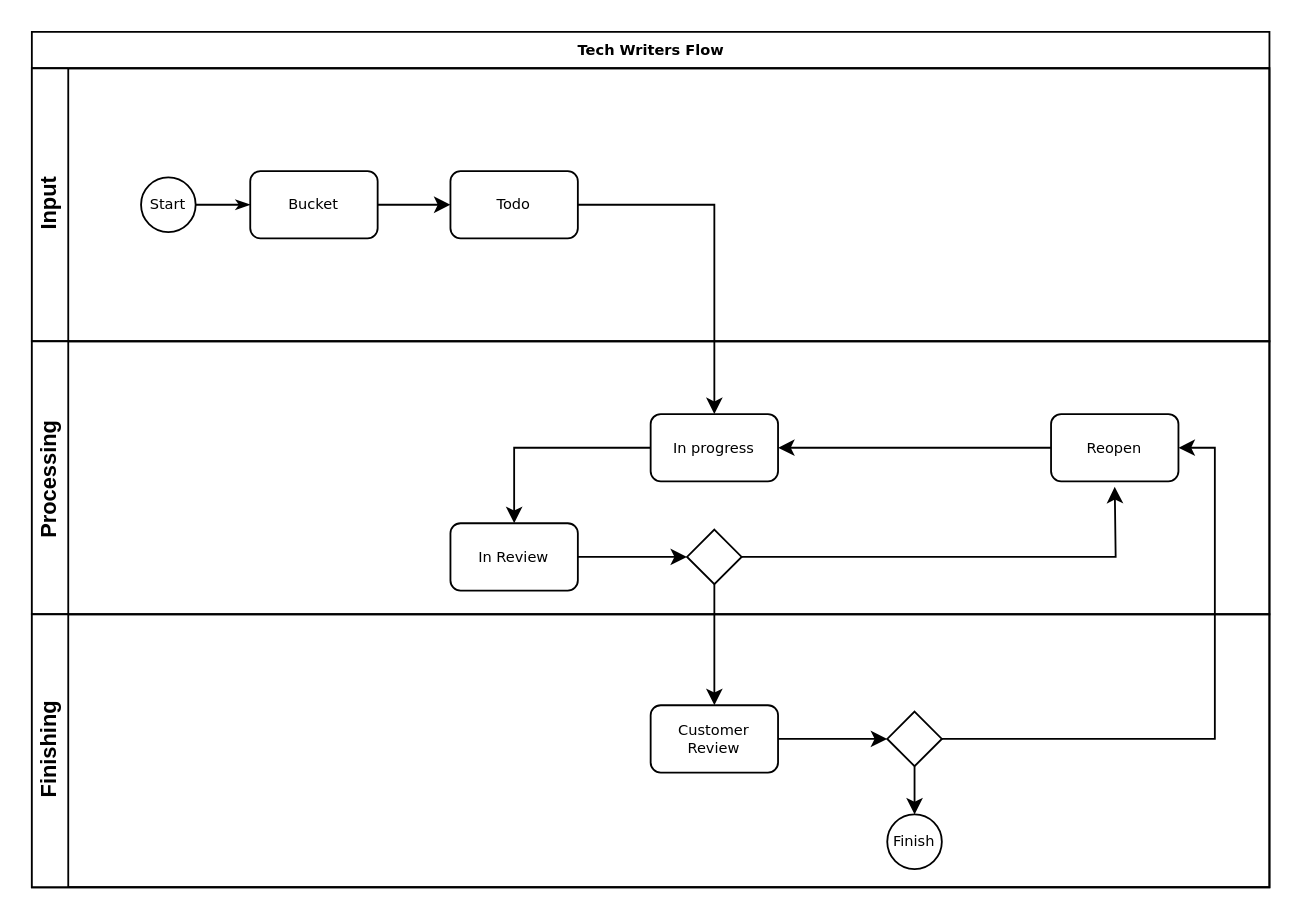
Before: Untitled Diagram.drawio in ehsaninuc/markdown, a draw.io diagram. Source tidied: cells renumbered, new cells numbered last; positions are measured from the earlier drawing's top-left corner, leaving out a move shared by most shapes. Both pictures are drawn from the tidied source at 182%, with x=0, y=0 at pixel (31, 31).
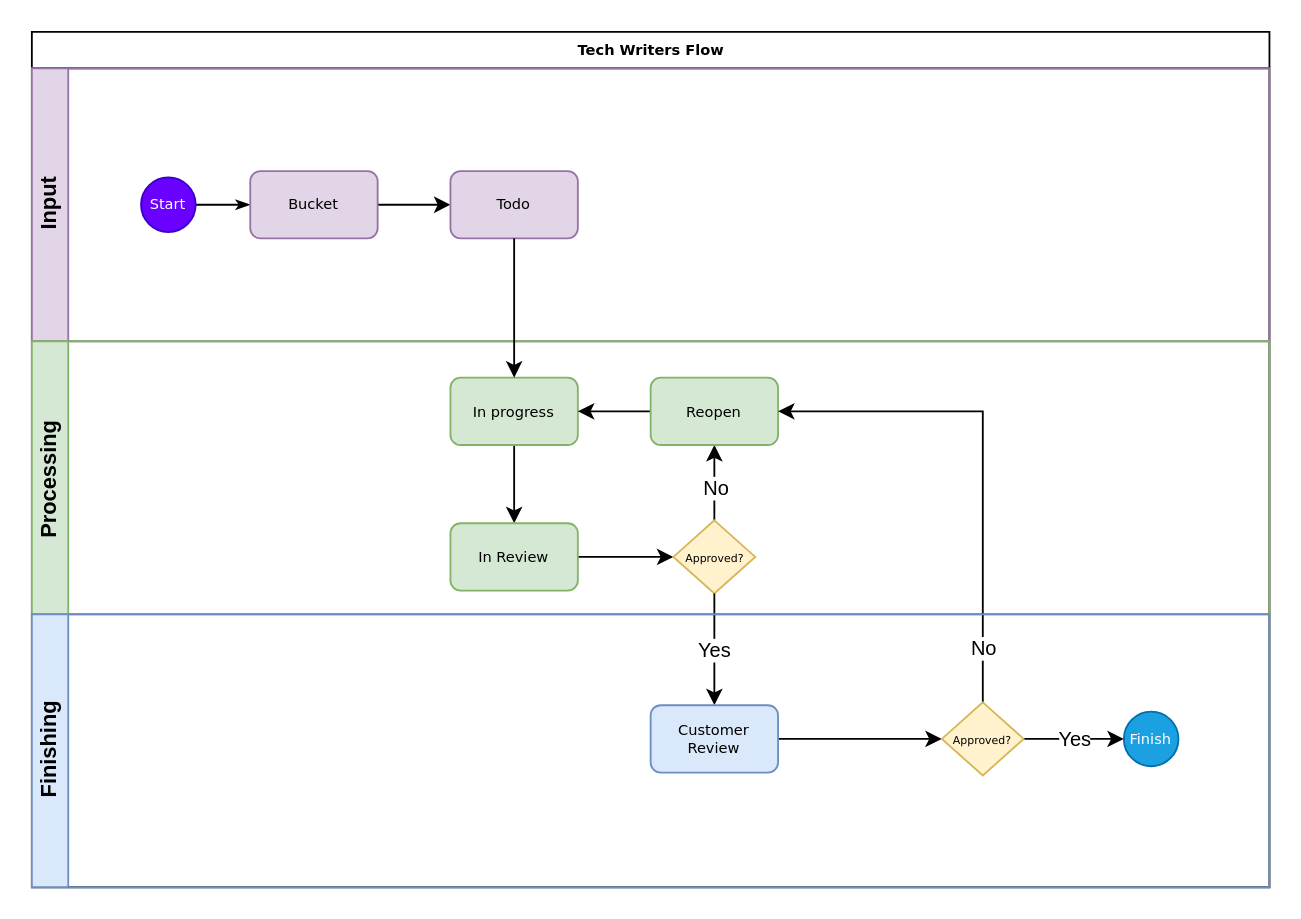
Above is the later version.

The change refers to these unchanged cells:
```xml
<mxCell id="2" value="Tech Writers Flow" style="swimlane;html=1;horizontal=1;startSize=20;rounded=0;shadow=0;labelBackgroundColor=none;strokeWidth=1;fontFamily=Verdana;fontSize=8;align=center;" parent="1" vertex="1">
  <mxGeometry width="680" height="470" as="geometry" />
</mxCell>
```

What changed in the source:
```diff
@@
-    <mxCell id="3" value="Input" style="swimlane;html=1;startSize=20;horizontal=0;" parent="2" vertex="1">
+    <mxCell id="3" value="Input" style="swimlane;html=1;startSize=20;horizontal=0;fillColor=#e1d5e7;strokeColor=#9673a6;" parent="2" vertex="1">
       <mxGeometry y="20" width="680" height="150" as="geometry" />
     </mxCell>
@@
-    <mxCell id="5" value="Start" style="ellipse;whiteSpace=wrap;html=1;rounded=0;shadow=0;labelBackgroundColor=none;strokeWidth=1;fontFamily=Verdana;fontSize=8;align=center;" parent="3" vertex="1">
+    <mxCell id="5" value="Start" style="ellipse;whiteSpace=wrap;html=1;rounded=0;shadow=0;labelBackgroundColor=none;strokeWidth=1;fontFamily=Verdana;fontSize=8;align=center;fillColor=#6a00ff;strokeColor=#3700CC;fontColor=#ffffff;" parent="3" vertex="1">
       <mxGeometry x="60" y="60" width="30" height="30" as="geometry" />
     </mxCell>
@@
-    <mxCell id="7" value="Bucket" style="rounded=1;whiteSpace=wrap;html=1;shadow=0;labelBackgroundColor=none;strokeWidth=1;fontFamily=Verdana;fontSize=8;align=center;" parent="3" vertex="1">
+    <mxCell id="7" value="Bucket" style="rounded=1;whiteSpace=wrap;html=1;shadow=0;labelBackgroundColor=none;strokeWidth=1;fontFamily=Verdana;fontSize=8;align=center;fillColor=#e1d5e7;strokeColor=#9673a6;" parent="3" vertex="1">
       <mxGeometry x="120" y="56.5" width="70" height="37" as="geometry" />
     </mxCell>
-    <mxCell id="8" value="Todo" style="rounded=1;whiteSpace=wrap;html=1;shadow=0;labelBackgroundColor=none;strokeWidth=1;fontFamily=Verdana;fontSize=8;align=center;" parent="3" vertex="1">
+    <mxCell id="8" value="Todo" style="rounded=1;whiteSpace=wrap;html=1;shadow=0;labelBackgroundColor=none;strokeWidth=1;fontFamily=Verdana;fontSize=8;align=center;fillColor=#e1d5e7;strokeColor=#9673a6;" parent="3" vertex="1">
       <mxGeometry x="230" y="56.5" width="70" height="37" as="geometry" />
     </mxCell>
-    <mxCell id="9" value="Processing&amp;nbsp;" style="swimlane;html=1;startSize=20;horizontal=0;" parent="2" vertex="1">
+    <mxCell id="9" value="Processing&amp;nbsp;" style="swimlane;html=1;startSize=20;horizontal=0;fillColor=#d5e8d4;strokeColor=#82b366;" parent="2" vertex="1">
       <mxGeometry y="170" width="680" height="150" as="geometry" />
     </mxCell>
-    <mxCell id="10" style="edgeStyle=orthogonalEdgeStyle;rounded=0;jettySize=auto;html=1;exitX=0;exitY=0.5;exitDx=0;exitDy=0;" parent="9" edge="1" source="11" target="13">
-      <mxGeometry relative="1" as="geometry">
-        <Array as="points">
-          <mxPoint x="265" y="59" />
-        </Array>
-      </mxGeometry>
+    <mxCell id="10" style="edgeStyle=orthogonalEdgeStyle;rounded=0;jettySize=auto;html=1;strokeWidth=1;" parent="9" edge="1" source="11" target="13">
+      <mxGeometry relative="1" as="geometry" />
     </mxCell>
-    <mxCell id="11" value="In progress" style="rounded=1;whiteSpace=wrap;html=1;shadow=0;labelBackgroundColor=none;strokeWidth=1;fontFamily=Verdana;fontSize=8;align=center;" parent="9" vertex="1">
-      <mxGeometry x="340" y="40" width="70" height="37" as="geometry" />
+    <mxCell id="11" value="In progress" style="rounded=1;whiteSpace=wrap;html=1;shadow=0;labelBackgroundColor=none;strokeWidth=1;fontFamily=Verdana;fontSize=8;align=center;fillColor=#d5e8d4;strokeColor=#82b366;" parent="9" vertex="1">
+      <mxGeometry x="230" y="20" width="70" height="37" as="geometry" />
     </mxCell>
@@
-    <mxCell id="13" value="In Review" style="rounded=1;whiteSpace=wrap;html=1;shadow=0;labelBackgroundColor=none;strokeWidth=1;fontFamily=Verdana;fontSize=8;align=center;" parent="9" vertex="1">
+    <mxCell id="13" value="In Review" style="rounded=1;whiteSpace=wrap;html=1;shadow=0;labelBackgroundColor=none;strokeWidth=1;fontFamily=Verdana;fontSize=8;align=center;fillColor=#d5e8d4;strokeColor=#82b366;" parent="9" vertex="1">
       <mxGeometry x="230" y="100" width="70" height="37" as="geometry" />
     </mxCell>
-    <mxCell id="14" style="edgeStyle=orthogonalEdgeStyle;rounded=0;jettySize=auto;html=1;exitX=1;exitY=0.5;exitDx=0;exitDy=0;exitPerimeter=0;strokeWidth=1;" parent="9" edge="1" source="15">
-      <mxGeometry relative="1" as="geometry">
-        <mxPoint x="595" y="80" as="targetPoint" />
-      </mxGeometry>
-    </mxCell>
+    <mxCell id="27" style="edgeStyle=orthogonalEdgeStyle;rounded=0;jettySize=auto;html=1;strokeWidth=1;" parent="9" edge="1" source="15" target="17">
+      <mxGeometry relative="1" as="geometry" />
+    </mxCell>
+    <mxCell id="28" value="No" style="edgeLabel;html=1;align=center;verticalAlign=middle;" parent="27" vertex="1">
+      <mxGeometry x="0.16" y="1" relative="1" as="geometry">
+        <mxPoint x="1" y="6" as="offset" />
+      </mxGeometry>
+    </mxCell>
-    <mxCell id="15" style="strokeWidth=1;html=1;shape=mxgraph.flowchart.decision;whiteSpace=wrap;rounded=1;shadow=0;labelBackgroundColor=none;fontFamily=Verdana;fontSize=8;align=center;" parent="9" vertex="1">
-      <mxGeometry x="360" y="103.5" width="30" height="30" as="geometry" />
+    <mxCell id="15" value="&lt;font style=&quot;font-size: 6px&quot;&gt;Approved?&lt;/font&gt;" style="strokeWidth=1;html=1;shape=mxgraph.flowchart.decision;whiteSpace=wrap;rounded=1;shadow=0;labelBackgroundColor=none;fontFamily=Verdana;fontSize=8;align=center;fillColor=#fff2cc;strokeColor=#d6b656;" parent="9" vertex="1">
+      <mxGeometry x="352.5" y="98.4" width="45" height="40.2" as="geometry" />
     </mxCell>
-    <mxCell id="16" style="edgeStyle=orthogonalEdgeStyle;rounded=0;jettySize=auto;html=1;entryX=1;entryY=0.5;entryDx=0;entryDy=0;exitX=0;exitY=0.5;exitDx=0;exitDy=0;" parent="9" edge="1" source="17" target="11">
-      <mxGeometry relative="1" as="geometry">
-        <Array as="points">
-          <mxPoint x="595" y="59" />
-          <mxPoint x="375" y="59" />
-        </Array>
-      </mxGeometry>
+    <mxCell id="16" style="edgeStyle=orthogonalEdgeStyle;rounded=0;jettySize=auto;html=1;strokeWidth=1;" parent="9" edge="1" source="17" target="11">
+      <mxGeometry relative="1" as="geometry" />
     </mxCell>
-    <mxCell id="17" value="Reopen" style="rounded=1;whiteSpace=wrap;html=1;shadow=0;labelBackgroundColor=none;strokeWidth=1;fontFamily=Verdana;fontSize=8;align=center;" parent="9" vertex="1">
-      <mxGeometry x="560" y="40" width="70" height="37" as="geometry" />
+    <mxCell id="17" value="Reopen" style="rounded=1;whiteSpace=wrap;html=1;shadow=0;labelBackgroundColor=none;strokeWidth=1;fontFamily=Verdana;fontSize=8;align=center;fillColor=#d5e8d4;strokeColor=#82b366;" parent="9" vertex="1">
+      <mxGeometry x="340" y="20" width="70" height="37" as="geometry" />
     </mxCell>
+    <mxCell id="24" style="edgeStyle=orthogonalEdgeStyle;rounded=0;jettySize=auto;html=1;entryX=0.5;entryY=0;entryDx=0;entryDy=0;exitX=0.5;exitY=1;exitDx=0;exitDy=0;" parent="2" edge="1" source="8" target="11">
+      <mxGeometry relative="1" as="geometry" />
+    </mxCell>
+    <mxCell id="26" value="Yes" style="edgeStyle=orthogonalEdgeStyle;rounded=0;jettySize=auto;html=1;strokeWidth=1;" parent="2" edge="1" source="15" target="20">
+      <mxGeometry relative="1" as="geometry" />
+    </mxCell>
+    <mxCell id="29" value="No" style="edgeStyle=orthogonalEdgeStyle;rounded=0;jettySize=auto;html=1;exitX=0.5;exitY=0;exitDx=0;exitDy=0;exitPerimeter=0;entryX=1;entryY=0.5;entryDx=0;entryDy=0;strokeWidth=1;" parent="2" edge="1" source="30" target="17">
+      <mxGeometry x="-0.79" relative="1" as="geometry" />
+    </mxCell>
-    <mxCell id="18" value="Finishing" style="swimlane;html=1;startSize=20;horizontal=0;" parent="2" vertex="1">
+    <mxCell id="18" value="Finishing" style="swimlane;html=1;startSize=20;horizontal=0;fillColor=#dae8fc;strokeColor=#6c8ebf;" parent="2" vertex="1">
       <mxGeometry y="320" width="680" height="150" as="geometry" />
     </mxCell>
-    <mxCell id="19" style="edgeStyle=orthogonalEdgeStyle;rounded=0;jettySize=auto;html=1;strokeWidth=1;" parent="18" edge="1" source="20" target="22">
+    <mxCell id="19" style="edgeStyle=orthogonalEdgeStyle;rounded=0;jettySize=auto;html=1;strokeWidth=1;entryX=0;entryY=0.5;entryDx=0;entryDy=0;entryPerimeter=0;" parent="18" edge="1" source="20" target="30">
       <mxGeometry relative="1" as="geometry" />
     </mxCell>
-    <mxCell id="20" value="Customer Review" style="rounded=1;whiteSpace=wrap;html=1;shadow=0;labelBackgroundColor=none;strokeWidth=1;fontFamily=Verdana;fontSize=8;align=center;" parent="18" vertex="1">
+    <mxCell id="20" value="Customer Review" style="rounded=1;whiteSpace=wrap;html=1;shadow=0;labelBackgroundColor=none;strokeWidth=1;fontFamily=Verdana;fontSize=8;align=center;fillColor=#dae8fc;strokeColor=#6c8ebf;" parent="18" vertex="1">
       <mxGeometry x="340" y="50" width="70" height="37" as="geometry" />
     </mxCell>
-    <mxCell id="21" style="edgeStyle=orthogonalEdgeStyle;rounded=0;jettySize=auto;html=1;strokeWidth=1;" parent="18" edge="1" source="22" target="23">
+    <mxCell id="21" value="Yes" style="edgeStyle=orthogonalEdgeStyle;rounded=0;jettySize=auto;html=1;strokeWidth=1;exitX=1;exitY=0.5;exitDx=0;exitDy=0;exitPerimeter=0;" parent="18" edge="1" source="30" target="23">
       <mxGeometry relative="1" as="geometry" />
     </mxCell>
-    <mxCell id="22" style="strokeWidth=1;html=1;shape=mxgraph.flowchart.decision;whiteSpace=wrap;rounded=1;shadow=0;labelBackgroundColor=none;fontFamily=Verdana;fontSize=8;align=center;" parent="18" vertex="1">
-      <mxGeometry x="470" y="53.5" width="30" height="30" as="geometry" />
-    </mxCell>
-    <mxCell id="23" value="Finish" style="ellipse;whiteSpace=wrap;html=1;rounded=0;shadow=0;labelBackgroundColor=none;strokeWidth=1;fontFamily=Verdana;fontSize=8;align=center;" parent="18" vertex="1">
-      <mxGeometry x="470" y="110" width="30" height="30" as="geometry" />
+    <mxCell id="23" value="Finish" style="ellipse;whiteSpace=wrap;html=1;rounded=0;shadow=0;labelBackgroundColor=none;strokeWidth=1;fontFamily=Verdana;fontSize=8;align=center;fillColor=#1ba1e2;strokeColor=#006EAF;fontColor=#ffffff;" parent="18" vertex="1">
+      <mxGeometry x="600" y="53.5" width="30" height="30" as="geometry" />
     </mxCell>
-    <mxCell id="24" style="edgeStyle=orthogonalEdgeStyle;rounded=0;jettySize=auto;html=1;entryX=0.5;entryY=0;entryDx=0;entryDy=0;exitX=1;exitY=0.5;exitDx=0;exitDy=0;" parent="2" edge="1" source="8" target="11">
-      <mxGeometry relative="1" as="geometry" />
-    </mxCell>
-    <mxCell id="25" style="edgeStyle=orthogonalEdgeStyle;rounded=0;jettySize=auto;html=1;entryX=1;entryY=0.5;entryDx=0;entryDy=0;strokeWidth=1;" parent="2" edge="1" source="22" target="17">
-      <mxGeometry relative="1" as="geometry" />
-    </mxCell>
-    <mxCell id="26" style="edgeStyle=orthogonalEdgeStyle;rounded=0;jettySize=auto;html=1;strokeWidth=1;" parent="2" edge="1" source="15" target="20">
-      <mxGeometry relative="1" as="geometry" />
-    </mxCell>
+    <mxCell id="30" value="&lt;font style=&quot;font-size: 6px&quot;&gt;Approved?&lt;/font&gt;" style="strokeWidth=1;html=1;shape=mxgraph.flowchart.decision;whiteSpace=wrap;rounded=1;shadow=0;labelBackgroundColor=none;fontFamily=Verdana;fontSize=8;align=center;fillColor=#fff2cc;strokeColor=#d6b656;" parent="18" vertex="1">
+      <mxGeometry x="500" y="48.4" width="45" height="40.2" as="geometry" />
+    </mxCell>
```
